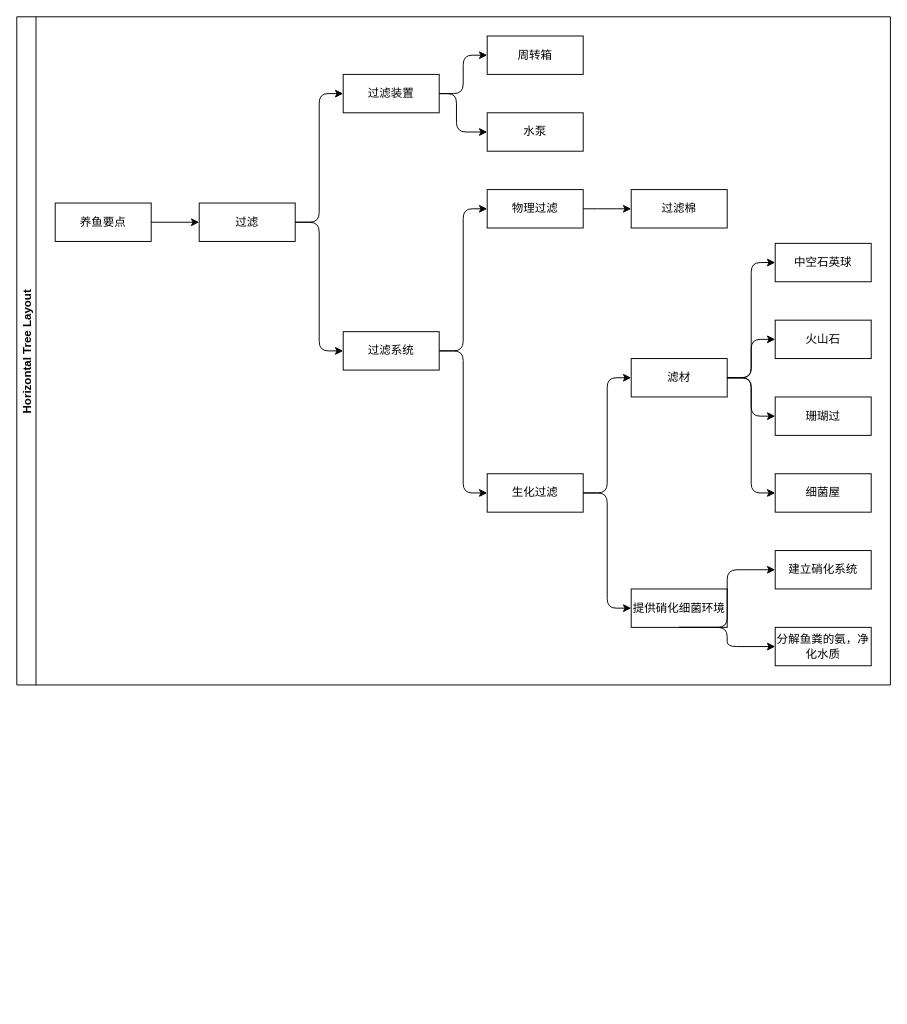
Jackllllll/draw.io keeps this draw.io diagram as 未命名绘图.drawio. Above is the earlier version. Source tidied: cells renumbered, new cells numbered last; positions are measured from the earlier drawing's top-left corner, leaving out a move shared by most shapes. Both pictures are drawn from the tidied source at 96%, with x=0, y=0 at pixel (16, 16).
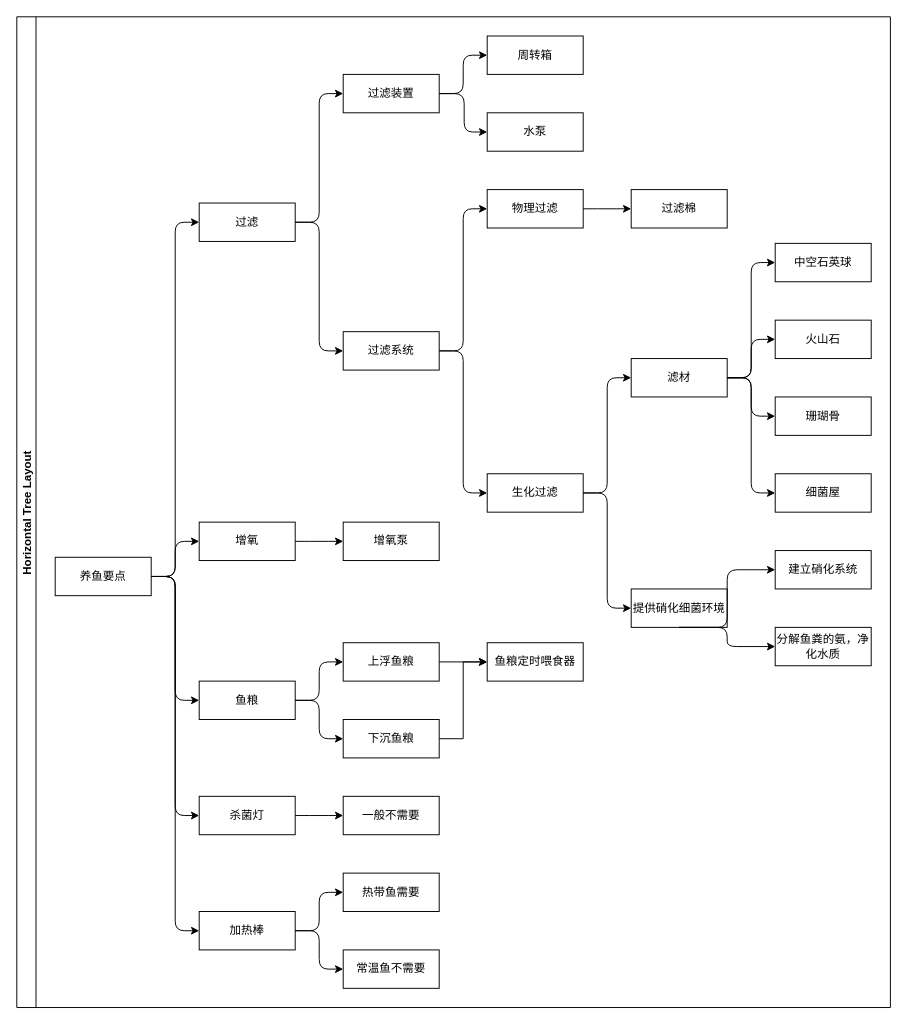
The same page after the edit.

Commit message:
更新未命名绘图.drawio

Unchanged cells that the change refers to:
```xml
<mxCell id="6" value="过滤装置" style="whiteSpace=wrap;html=1;" parent="2" vertex="1">
  <mxGeometry x="340" y="60" width="100" height="40" as="geometry" />
</mxCell>
<mxCell id="33" value="水泵" style="whiteSpace=wrap;html=1;" parent="2" vertex="1">
  <mxGeometry x="490" y="100" width="100" height="40" as="geometry" />
</mxCell>
```

What changed in the source:
```diff
@@
     <mxCell id="2" value="Horizontal Tree Layout" style="swimlane;startSize=20;horizontal=0;horizontalTree=1;sortEdges=1;containerType=tree;fontSize=12;" parent="1" vertex="1">
-      <mxGeometry width="910" height="696" as="geometry" />
+      <mxGeometry width="910" height="1032" as="geometry" />
     </mxCell>
     <mxCell id="3" value="养鱼要点" style="whiteSpace=wrap;html=1;" parent="2" vertex="1">
-      <mxGeometry x="40" y="194" width="100" height="40" as="geometry" />
+      <mxGeometry x="40" y="563" width="100" height="40" as="geometry" />
     </mxCell>
@@
-    <mxCell id="21" value="珊瑚过" style="whiteSpace=wrap;html=1;" parent="2" vertex="1">
+    <mxCell id="21" value="珊瑚骨" style="whiteSpace=wrap;html=1;" parent="2" vertex="1">
       <mxGeometry x="790" y="396" width="100" height="40" as="geometry" />
     </mxCell>
@@
     <mxCell id="32" style="edgeStyle=elbowEdgeStyle;elbow=horizontal;html=1;rounded=1;curved=0;sourcePerimeterSpacing=0;targetPerimeterSpacing=0;startSize=6;endSize=6;exitX=1;exitY=0.5;exitDx=0;exitDy=0;entryX=0;entryY=0.5;entryDx=0;entryDy=0;flowAnimation=0;" parent="2" edge="1" source="6" target="33">
       <mxGeometry relative="1" as="geometry">
         <Array as="points">
-          <mxPoint x="458" y="109.8" />
+          <mxPoint x="466" y="109" />
         </Array>
       </mxGeometry>
     </mxCell>
@@
+    <mxCell id="36" style="edgeStyle=elbowEdgeStyle;elbow=horizontal;html=1;rounded=1;curved=0;sourcePerimeterSpacing=0;targetPerimeterSpacing=0;startSize=6;endSize=6;" parent="2" edge="1" source="3" target="37">
+      <mxGeometry relative="1" as="geometry" />
+    </mxCell>
+    <mxCell id="37" value="增氧" style="whiteSpace=wrap;html=1;" parent="2" vertex="1">
+      <mxGeometry x="190" y="526.4" width="100" height="40" as="geometry" />
+    </mxCell>
+    <mxCell id="38" style="edgeStyle=elbowEdgeStyle;elbow=horizontal;html=1;rounded=1;curved=0;sourcePerimeterSpacing=0;targetPerimeterSpacing=0;startSize=6;endSize=6;" parent="2" edge="1" source="37" target="39">
+      <mxGeometry relative="1" as="geometry" />
+    </mxCell>
+    <mxCell id="39" value="增氧泵" style="whiteSpace=wrap;html=1;" parent="2" vertex="1">
+      <mxGeometry x="340" y="526.4" width="100" height="40" as="geometry" />
+    </mxCell>
+    <mxCell id="40" style="edgeStyle=elbowEdgeStyle;elbow=horizontal;html=1;rounded=1;curved=0;sourcePerimeterSpacing=0;targetPerimeterSpacing=0;startSize=6;endSize=6;" parent="2" edge="1" source="3" target="41">
+      <mxGeometry relative="1" as="geometry" />
+    </mxCell>
+    <mxCell id="41" value="鱼粮" style="whiteSpace=wrap;html=1;" parent="2" vertex="1">
+      <mxGeometry x="190" y="692" width="100" height="40" as="geometry" />
+    </mxCell>
+    <mxCell id="42" style="edgeStyle=elbowEdgeStyle;elbow=horizontal;html=1;rounded=1;curved=0;sourcePerimeterSpacing=0;targetPerimeterSpacing=0;startSize=6;endSize=6;" parent="2" edge="1" source="41" target="44">
+      <mxGeometry relative="1" as="geometry" />
+    </mxCell>
+    <mxCell id="43" style="edgeStyle=orthogonalEdgeStyle;rounded=0;jettySize=auto;html=1;exitX=1;exitY=0.5;exitDx=0;exitDy=0;" parent="2" edge="1" source="44" target="59">
+      <mxGeometry relative="1" as="geometry" />
+    </mxCell>
+    <mxCell id="44" value="上浮鱼粮" style="whiteSpace=wrap;html=1;" parent="2" vertex="1">
+      <mxGeometry x="340" y="652" width="100" height="40" as="geometry" />
+    </mxCell>
+    <mxCell id="45" style="edgeStyle=elbowEdgeStyle;elbow=horizontal;html=1;rounded=1;curved=0;sourcePerimeterSpacing=0;targetPerimeterSpacing=0;startSize=6;endSize=6;" parent="2" edge="1" source="41" target="47">
+      <mxGeometry relative="1" as="geometry" />
+    </mxCell>
+    <mxCell id="46" style="edgeStyle=orthogonalEdgeStyle;rounded=0;jettySize=auto;html=1;entryX=0;entryY=0.5;entryDx=0;entryDy=0;" parent="2" edge="1" source="47" target="59">
+      <mxGeometry relative="1" as="geometry" />
+    </mxCell>
+    <mxCell id="47" value="下沉鱼粮" style="whiteSpace=wrap;html=1;" parent="2" vertex="1">
+      <mxGeometry x="340" y="732" width="100" height="40" as="geometry" />
+    </mxCell>
+    <mxCell id="48" style="edgeStyle=elbowEdgeStyle;elbow=horizontal;html=1;rounded=1;curved=0;sourcePerimeterSpacing=0;targetPerimeterSpacing=0;startSize=6;endSize=6;" parent="2" edge="1" source="3" target="49">
+      <mxGeometry relative="1" as="geometry" />
+    </mxCell>
+    <mxCell id="49" value="杀菌灯" style="whiteSpace=wrap;html=1;" parent="2" vertex="1">
+      <mxGeometry x="190" y="812" width="100" height="40" as="geometry" />
+    </mxCell>
+    <mxCell id="50" style="edgeStyle=elbowEdgeStyle;elbow=horizontal;html=1;rounded=1;curved=0;sourcePerimeterSpacing=0;targetPerimeterSpacing=0;startSize=6;endSize=6;" parent="2" edge="1" source="3" target="51">
+      <mxGeometry relative="1" as="geometry" />
+    </mxCell>
+    <mxCell id="51" value="加热棒" style="whiteSpace=wrap;html=1;" parent="2" vertex="1">
+      <mxGeometry x="190" y="932" width="100" height="40" as="geometry" />
+    </mxCell>
+    <mxCell id="52" style="edgeStyle=elbowEdgeStyle;elbow=horizontal;html=1;rounded=1;curved=0;sourcePerimeterSpacing=0;targetPerimeterSpacing=0;startSize=6;endSize=6;" parent="2" edge="1" source="49" target="53">
+      <mxGeometry relative="1" as="geometry" />
+    </mxCell>
+    <mxCell id="53" value="一般不需要" style="whiteSpace=wrap;html=1;" parent="2" vertex="1">
+      <mxGeometry x="340" y="812" width="100" height="40" as="geometry" />
+    </mxCell>
+    <mxCell id="54" style="edgeStyle=elbowEdgeStyle;elbow=horizontal;html=1;rounded=1;curved=0;sourcePerimeterSpacing=0;targetPerimeterSpacing=0;startSize=6;endSize=6;" parent="2" edge="1" source="51" target="55">
+      <mxGeometry relative="1" as="geometry" />
+    </mxCell>
+    <mxCell id="55" value="热带鱼需要" style="whiteSpace=wrap;html=1;" parent="2" vertex="1">
+      <mxGeometry x="340" y="892" width="100" height="40" as="geometry" />
+    </mxCell>
+    <mxCell id="56" style="edgeStyle=elbowEdgeStyle;elbow=horizontal;html=1;rounded=1;curved=0;sourcePerimeterSpacing=0;targetPerimeterSpacing=0;startSize=6;endSize=6;" parent="2" edge="1" source="51" target="57">
+      <mxGeometry relative="1" as="geometry" />
+    </mxCell>
+    <mxCell id="57" value="常温鱼不需要" style="whiteSpace=wrap;html=1;" parent="2" vertex="1">
+      <mxGeometry x="340" y="972" width="100" height="40" as="geometry" />
+    </mxCell>
+    <mxCell id="58" style="edgeStyle=orthogonalEdgeStyle;rounded=0;orthogonalLoop=1;jettySize=auto;html=1;exitX=1;exitY=0.5;exitDx=0;exitDy=0;strokeColor=none;" parent="2" edge="1">
+      <mxGeometry relative="1" as="geometry">
+        <mxPoint x="590" y="186.2" as="sourcePoint" />
+        <mxPoint x="540" y="149" as="targetPoint" />
+      </mxGeometry>
+    </mxCell>
+    <mxCell id="59" value="鱼粮定时喂食器" style="rounded=0;whiteSpace=wrap;html=1;" parent="2" vertex="1">
+      <mxGeometry x="490" y="652" width="100" height="40" as="geometry" />
+    </mxCell>
```
